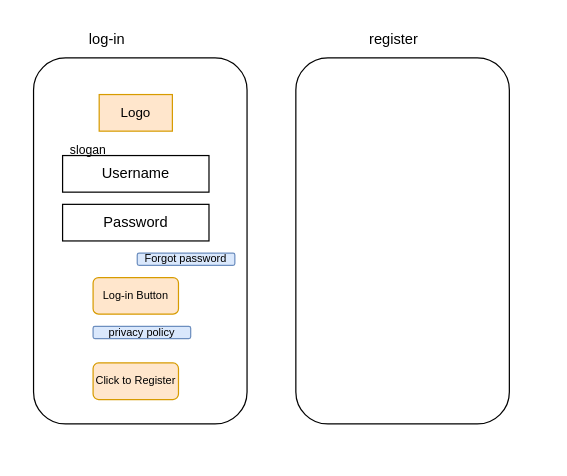
Before: page "Page-2" (2 of 2) of Untitled Diagram.drawio in Sahil-Mukadam-PSL/draw.io, a draw.io diagram. Source tidied: cells renumbered, new cells numbered last; positions are measured from the earlier drawing's top-left corner, leaving out a move shared by most shapes. Both pictures are drawn from the tidied source at 122%, with x=0, y=0 at pixel (33, 21).
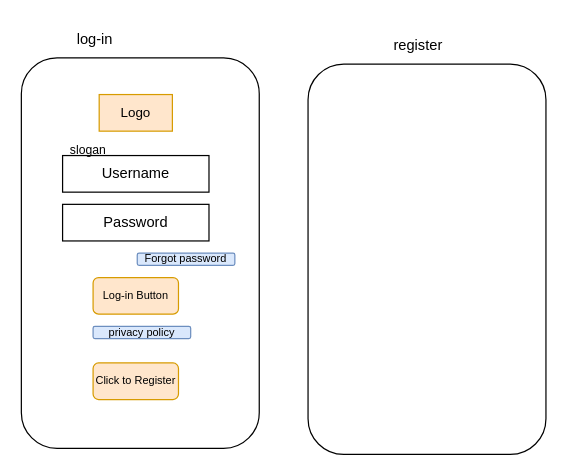
The same page after the edit.

What changed in the source:
```diff
@@
 <mxGraphModel>
   <root>
     <mxCell id="0" />
     <mxCell id="1" parent="0" />
     <mxCell id="2" value="log-in" style="text;html=1;align=center;verticalAlign=middle;strokeColor=none;fillColor=none;" parent="1" vertex="1">
-      <mxGeometry x="35" width="50" height="30" as="geometry" />
+      <mxGeometry x="25" width="50" height="30" as="geometry" />
     </mxCell>
     <mxCell id="3" value="register&lt;br&gt;" style="text;html=1;align=center;verticalAlign=middle;strokeColor=none;fillColor=none;" parent="1" vertex="1">
-      <mxGeometry x="265" width="60" height="30" as="geometry" />
+      <mxGeometry x="285" y="5" width="60" height="30" as="geometry" />
     </mxCell>
     <mxCell id="4" style="rounded=1;whiteSpace=wrap;html=1;" parent="1" vertex="1">
-      <mxGeometry y="30" width="175" height="300" as="geometry" />
+      <mxGeometry x="-10" y="30" width="195" height="320" as="geometry" />
     </mxCell>
-    <mxCell id="5" style="rounded=1;whiteSpace=wrap;html=1;" parent="1" vertex="1">
-      <mxGeometry x="215" y="30" width="175" height="300" as="geometry" />
-    </mxCell>
     <mxCell id="6" value="Username" style="rounded=0;whiteSpace=wrap;html=1;" parent="1" vertex="1">
       <mxGeometry x="23.8" y="110" width="120" height="30" as="geometry" />
     </mxCell>
     <mxCell id="7" value="Password" style="rounded=0;whiteSpace=wrap;html=1;" parent="1" vertex="1">
       <mxGeometry x="23.8" y="150" width="120" height="30" as="geometry" />
     </mxCell>
     <mxCell id="8" value="Logo" style="text;html=1;strokeColor=#d79b00;fillColor=#ffe6cc;align=center;verticalAlign=middle;whiteSpace=wrap;rounded=0;fontSize=11;" parent="1" vertex="1">
       <mxGeometry x="53.8" y="60" width="60" height="30" as="geometry" />
     </mxCell>
     <mxCell id="9" value="&lt;font size=&quot;1&quot;&gt;slogan&lt;/font&gt;" style="text;html=1;strokeColor=none;fillColor=none;align=center;verticalAlign=middle;whiteSpace=wrap;rounded=0;fontSize=11;" parent="1" vertex="1">
       <mxGeometry x="15" y="90" width="60" height="30" as="geometry" />
     </mxCell>
     <mxCell id="10" value="Log-in Button" style="rounded=1;whiteSpace=wrap;html=1;fontSize=9;fillColor=#ffe6cc;strokeColor=#d79b00;" parent="1" vertex="1">
       <mxGeometry x="48.8" y="210" width="70" height="30" as="geometry" />
     </mxCell>
     <mxCell id="11" value="Forgot password" style="rounded=1;whiteSpace=wrap;html=1;fontSize=9;fillColor=#dae8fc;strokeColor=#6c8ebf;" parent="1" vertex="1">
       <mxGeometry x="85" y="190" width="80" height="10" as="geometry" />
     </mxCell>
     <mxCell id="12" value="privacy policy" style="rounded=1;whiteSpace=wrap;html=1;fontSize=9;fillColor=#dae8fc;strokeColor=#6c8ebf;" parent="1" vertex="1">
       <mxGeometry x="48.8" y="250" width="80" height="10" as="geometry" />
     </mxCell>
     <mxCell id="13" value="Click to Register" style="rounded=1;whiteSpace=wrap;html=1;fontSize=9;fillColor=#ffe6cc;strokeColor=#d79b00;" parent="1" vertex="1">
       <mxGeometry x="48.8" y="280" width="70" height="30" as="geometry" />
     </mxCell>
+    <mxCell id="14" style="rounded=1;whiteSpace=wrap;html=1;" parent="1" vertex="1">
+      <mxGeometry x="225" y="35" width="195" height="320" as="geometry" />
+    </mxCell>
   </root>
 </mxGraphModel>
```
